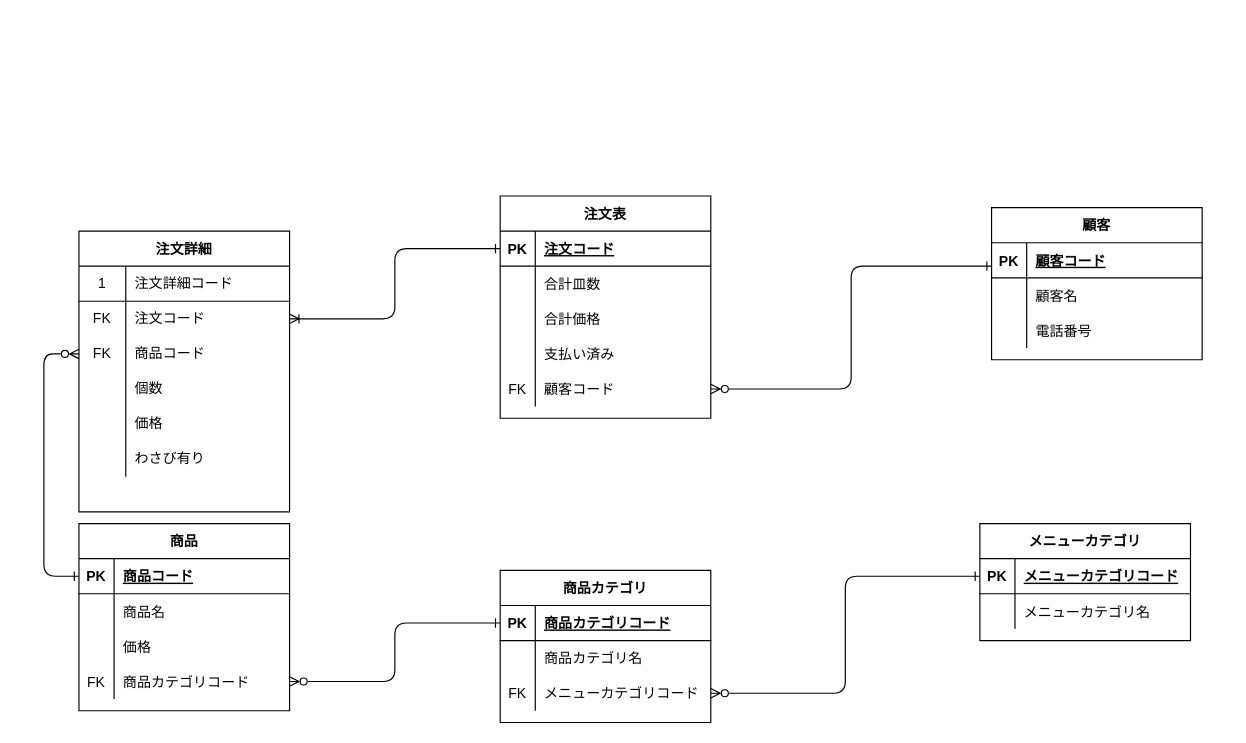
Before: データベース設計/DBモデリング１/課題1/課題1.drawio in Yuji5117/praha_challenge, a draw.io diagram. Source tidied: cells renumbered, new cells numbered last; positions are measured from the earlier drawing's top-left corner, leaving out a move shared by most shapes. Both pictures are drawn from the tidied source at 117%, with x=0, y=0 at pixel (43, 195).
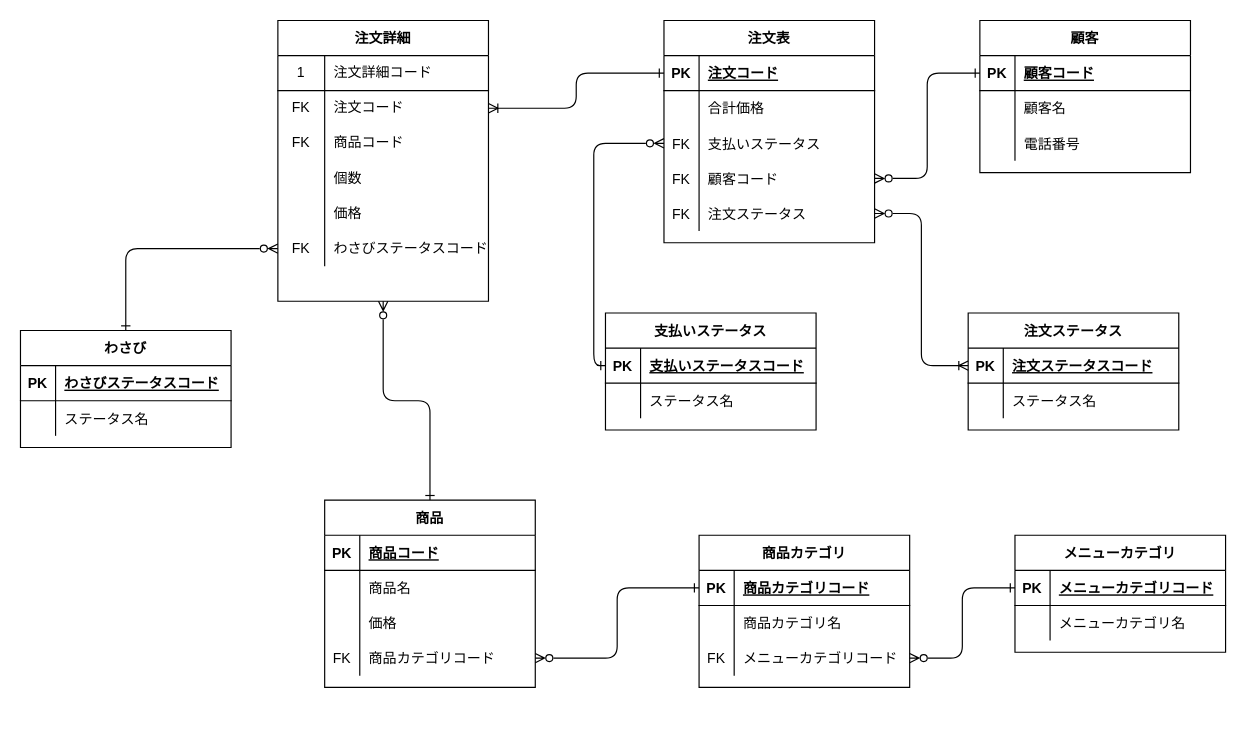
The same page after the edit.

Commit message (it also covers changes not shown here):
課題1のER図を修正

Unchanged cells that the change refers to:
```xml
<mxCell id="3" style="shape=partialRectangle;fillColor=none;top=0;left=0;bottom=1;right=0;points=[[0,0.5],[1,0.5]];portConstraint=eastwest;" parent="2" vertex="1">
  <mxGeometry y="30" width="180" height="30" as="geometry" />
</mxCell>
<mxCell id="15" style="shape=partialRectangle;fillColor=none;top=0;left=0;bottom=0;right=0;points=[[0,0.5],[1,0.5]];portConstraint=eastwest;" parent="2" vertex="1">
  <mxGeometry y="150" width="180" height="30" as="geometry" />
</mxCell>
<mxCell id="19" style="shape=partialRectangle;fillColor=none;top=0;left=0;bottom=1;right=0;points=[[0,0.5],[1,0.5]];portConstraint=eastwest;" parent="18" vertex="1">
  <mxGeometry y="30" width="180" height="30" as="geometry" />
</mxCell>
<mxCell id="28" style="shape=partialRectangle;fillColor=none;top=0;left=0;bottom=0;right=0;points=[[0,0.5],[1,0.5]];portConstraint=eastwest;" parent="18" vertex="1">
  <mxGeometry y="120" width="180" height="30" as="geometry" />
</mxCell>
<mxCell id="32" style="shape=partialRectangle;fillColor=none;top=0;left=0;bottom=1;right=0;points=[[0,0.5],[1,0.5]];portConstraint=eastwest;" parent="31" vertex="1">
  <mxGeometry y="30" width="180" height="30" as="geometry" />
</mxCell>
<mxCell id="38" style="shape=partialRectangle;fillColor=none;top=0;left=0;bottom=0;right=0;points=[[0,0.5],[1,0.5]];portConstraint=eastwest;" parent="31" vertex="1">
  <mxGeometry y="90" width="180" height="30" as="geometry" />
</mxCell>
<mxCell id="42" style="shape=partialRectangle;fillColor=none;top=0;left=0;bottom=1;right=0;points=[[0,0.5],[1,0.5]];portConstraint=eastwest;" parent="41" vertex="1">
  <mxGeometry y="30" width="180" height="30" as="geometry" />
</mxCell>
<mxCell id="50" style="shape=partialRectangle;fillColor=none;top=0;left=0;bottom=1;right=0;points=[[0,0.5],[1,0.5]];portConstraint=eastwest;" parent="49" vertex="1">
  <mxGeometry y="30" width="180" height="30" as="geometry" />
</mxCell>
<mxCell id="65" style="shape=partialRectangle;html=1;whiteSpace=wrap;fillColor=none;top=0;left=0;bottom=0;right=0;points=[[0,0.5],[1,0.5]];portConstraint=eastwest;" parent="61" vertex="1">
  <mxGeometry y="60" width="180" height="30" as="geometry" />
</mxCell>
<mxCell id="68" style="shape=partialRectangle;html=1;whiteSpace=wrap;fillColor=none;top=0;left=0;bottom=0;right=0;points=[[0,0.5],[1,0.5]];portConstraint=eastwest;" parent="61" vertex="1">
  <mxGeometry y="90" width="180" height="30" as="geometry" />
</mxCell>
<mxCell id="77" style="shape=partialRectangle;html=1;whiteSpace=wrap;fillColor=none;top=0;left=0;bottom=0;right=0;points=[[0,0.5],[1,0.5]];portConstraint=eastwest;" parent="61" vertex="1">
  <mxGeometry y="180" width="180" height="30" as="geometry" />
</mxCell>
```

The edit, as a diff of the source:
```diff
@@
     <mxCell id="2" value="注文表" style="shape=table;startSize=30;childLayout=tableLayout;rowLines=0;fontStyle=1;align=center;" parent="1" vertex="1">
-      <mxGeometry x="390" width="180" height="190" as="geometry" />
+      <mxGeometry x="530" y="-150" width="180" height="190" as="geometry" />
     </mxCell>
@@
-    <mxCell id="6" style="shape=partialRectangle;fillColor=none;top=0;left=0;bottom=0;right=0;" parent="2" vertex="1">
-      <mxGeometry y="60" width="180" height="30" as="geometry" />
-    </mxCell>
-    <mxCell id="7" style="shape=partialRectangle;fillColor=none;top=0;left=0;bottom=0;right=0;overflow=hidden;" parent="6" vertex="1">
-      <mxGeometry width="30" height="30" as="geometry" />
-    </mxCell>
-    <mxCell id="8" value="合計皿数" style="shape=partialRectangle;fillColor=none;top=0;left=0;bottom=0;right=0;align=left;spacingLeft=6;overflow=hidden;" parent="6" vertex="1">
-      <mxGeometry x="30" width="150" height="30" as="geometry" />
-    </mxCell>
     <mxCell id="9" style="shape=partialRectangle;fillColor=none;top=0;left=0;bottom=0;right=0;" parent="2" vertex="1">
-      <mxGeometry y="90" width="180" height="30" as="geometry" />
+      <mxGeometry y="60" width="180" height="30" as="geometry" />
     </mxCell>
@@
     <mxCell id="12" style="shape=partialRectangle;fillColor=none;top=0;left=0;bottom=0;right=0;points=[[0,0.5],[1,0.5]];portConstraint=eastwest;" parent="2" vertex="1">
-      <mxGeometry y="120" width="180" height="30" as="geometry" />
+      <mxGeometry y="90" width="180" height="30" as="geometry" />
     </mxCell>
-    <mxCell id="13" style="shape=partialRectangle;fillColor=none;top=0;left=0;bottom=0;right=0;overflow=hidden;" parent="12" vertex="1">
+    <mxCell id="13" value="FK" style="shape=partialRectangle;fillColor=none;top=0;left=0;bottom=0;right=0;overflow=hidden;" parent="12" vertex="1">
       <mxGeometry width="30" height="30" as="geometry" />
     </mxCell>
-    <mxCell id="14" value="支払い済み" style="shape=partialRectangle;fillColor=none;top=0;left=0;bottom=0;right=0;align=left;spacingLeft=6;overflow=hidden;" parent="12" vertex="1">
+    <mxCell id="14" value="支払いステータス" style="shape=partialRectangle;fillColor=none;top=0;left=0;bottom=0;right=0;align=left;spacingLeft=6;overflow=hidden;" parent="12" vertex="1">
       <mxGeometry x="30" width="150" height="30" as="geometry" />
     </mxCell>
+    <mxCell id="82" style="shape=partialRectangle;fillColor=none;top=0;left=0;bottom=0;right=0;points=[[0,0.5],[1,0.5]];portConstraint=eastwest;" parent="2" vertex="1">
+      <mxGeometry y="120" width="180" height="30" as="geometry" />
+    </mxCell>
+    <mxCell id="83" value="FK" style="shape=partialRectangle;fillColor=none;top=0;left=0;bottom=0;right=0;overflow=hidden;" parent="82" vertex="1">
+      <mxGeometry width="30" height="30" as="geometry" />
+    </mxCell>
+    <mxCell id="84" value="顧客コード" style="shape=partialRectangle;fillColor=none;top=0;left=0;bottom=0;right=0;align=left;spacingLeft=6;overflow=hidden;" parent="82" vertex="1">
+      <mxGeometry x="30" width="150" height="30" as="geometry" />
+    </mxCell>
@@
-    <mxCell id="17" value="顧客コード" style="shape=partialRectangle;fillColor=none;top=0;left=0;bottom=0;right=0;align=left;spacingLeft=6;overflow=hidden;" parent="15" vertex="1">
+    <mxCell id="17" value="注文ステータス" style="shape=partialRectangle;fillColor=none;top=0;left=0;bottom=0;right=0;align=left;spacingLeft=6;overflow=hidden;" parent="15" vertex="1">
       <mxGeometry x="30" width="150" height="30" as="geometry" />
     </mxCell>
+    <mxCell id="85" style="edgeStyle=orthogonalEdgeStyle;html=1;exitX=0.5;exitY=0;exitDx=0;exitDy=0;entryX=0.5;entryY=1;entryDx=0;entryDy=0;startArrow=ERone;startFill=0;endArrow=ERzeroToMany;endFill=0;" parent="1" edge="1" source="18" target="61">
+      <mxGeometry relative="1" as="geometry" />
+    </mxCell>
     <mxCell id="18" value="商品" style="shape=table;startSize=30;childLayout=tableLayout;rowLines=0;fontStyle=1;align=center;" parent="1" vertex="1">
-      <mxGeometry x="30" y="280" width="180" height="160" as="geometry" />
+      <mxGeometry x="240" y="260" width="180" height="160" as="geometry" />
     </mxCell>
@@
     <mxCell id="31" value="商品カテゴリ" style="shape=table;startSize=30;childLayout=tableLayout;rowLines=0;fontStyle=1;align=center;" parent="1" vertex="1">
-      <mxGeometry x="390" y="320" width="180" height="130" as="geometry" />
+      <mxGeometry x="560" y="290" width="180" height="130" as="geometry" />
     </mxCell>
@@
     <mxCell id="41" value="メニューカテゴリ" style="shape=table;startSize=30;childLayout=tableLayout;rowLines=0;fontStyle=1;align=center;" parent="1" vertex="1">
-      <mxGeometry x="800" y="280" width="180" height="100" as="geometry" />
+      <mxGeometry x="830" y="290" width="180" height="100" as="geometry" />
     </mxCell>
@@
-    <mxCell id="48" style="edgeStyle=orthogonalEdgeStyle;html=1;exitX=0;exitY=0.5;exitDx=0;exitDy=0;entryX=1;entryY=0.5;entryDx=0;entryDy=0;startArrow=ERone;startFill=0;endArrow=ERzeroToMany;endFill=0;" parent="1" edge="1" source="42" target="38">
-      <mxGeometry relative="1" as="geometry" />
-    </mxCell>
     <mxCell id="49" value="顧客" style="shape=table;startSize=30;childLayout=tableLayout;rowLines=0;fontStyle=1;align=center;" parent="1" vertex="1">
-      <mxGeometry x="810" y="10" width="180" height="130" as="geometry" />
+      <mxGeometry x="800" y="-150" width="180" height="130" as="geometry" />
     </mxCell>
@@
-    <mxCell id="59" style="edgeStyle=elbowEdgeStyle;html=1;exitX=1;exitY=0.5;exitDx=0;exitDy=0;startArrow=ERzeroToMany;startFill=0;endArrow=ERone;endFill=0;" parent="1" edge="1" source="15">
-      <mxGeometry relative="1" as="geometry">
-        <mxPoint x="810" y="60" as="targetPoint" />
-      </mxGeometry>
-    </mxCell>
-    <mxCell id="60" style="edgeStyle=elbowEdgeStyle;html=1;exitX=0;exitY=0.5;exitDx=0;exitDy=0;entryX=1;entryY=0.5;entryDx=0;entryDy=0;startArrow=ERone;startFill=0;endArrow=ERzeroToMany;endFill=0;" parent="1" edge="1" source="32" target="28">
-      <mxGeometry relative="1" as="geometry" />
-    </mxCell>
     <mxCell id="61" value="注文詳細" style="shape=table;startSize=30;childLayout=tableLayout;rowLines=0;fontStyle=1;align=center;" parent="1" vertex="1">
-      <mxGeometry x="30" y="30" width="180" height="240" as="geometry" />
+      <mxGeometry x="200" y="-150" width="180" height="240" as="geometry" />
     </mxCell>
@@
-    <mxCell id="78" style="shape=partialRectangle;html=1;whiteSpace=wrap;fillColor=none;top=0;left=0;bottom=0;right=0;overflow=hidden;" parent="77" vertex="1">
+    <mxCell id="78" value="FK" style="shape=partialRectangle;html=1;whiteSpace=wrap;fillColor=none;top=0;left=0;bottom=0;right=0;overflow=hidden;" parent="77" vertex="1">
       <mxGeometry width="40" height="30" as="geometry" />
     </mxCell>
-    <mxCell id="79" value="&lt;span&gt;わさび有り&lt;/span&gt;" style="shape=partialRectangle;html=1;whiteSpace=wrap;fillColor=none;top=0;left=0;bottom=0;right=0;align=left;spacingLeft=6;overflow=hidden;" parent="77" vertex="1">
+    <mxCell id="79" value="わさびステータスコード" style="shape=partialRectangle;html=1;whiteSpace=wrap;fillColor=none;top=0;left=0;bottom=0;right=0;align=left;spacingLeft=6;overflow=hidden;" parent="77" vertex="1">
       <mxGeometry x="40" width="140" height="30" as="geometry" />
     </mxCell>
-    <mxCell id="80" style="edgeStyle=orthogonalEdgeStyle;html=1;exitX=0;exitY=0.5;exitDx=0;exitDy=0;entryX=1;entryY=0.5;entryDx=0;entryDy=0;startArrow=ERone;startFill=0;endArrow=ERoneToMany;endFill=0;strokeColor=default;" parent="1" edge="1" source="3" target="65">
-      <mxGeometry relative="1" as="geometry" />
-    </mxCell>
-    <mxCell id="81" style="edgeStyle=orthogonalEdgeStyle;html=1;exitX=0;exitY=0.5;exitDx=0;exitDy=0;entryX=0;entryY=0.5;entryDx=0;entryDy=0;startArrow=ERone;startFill=0;endArrow=ERzeroToMany;endFill=0;strokeColor=default;" parent="1" edge="1" source="19" target="68">
-      <mxGeometry relative="1" as="geometry">
-        <Array as="points">
-          <mxPoint y="325" />
-          <mxPoint y="135" />
-        </Array>
-      </mxGeometry>
-    </mxCell>
+    <mxCell id="86" value="支払いステータス" style="shape=table;startSize=30;childLayout=tableLayout;rowLines=0;fontStyle=1;align=center;" parent="1" vertex="1">
+      <mxGeometry x="480" y="100" width="180" height="100" as="geometry" />
+    </mxCell>
+    <mxCell id="87" style="shape=partialRectangle;fillColor=none;top=0;left=0;bottom=1;right=0;points=[[0,0.5],[1,0.5]];portConstraint=eastwest;" parent="86" vertex="1">
+      <mxGeometry y="30" width="180" height="30" as="geometry" />
+    </mxCell>
+    <mxCell id="88" value="PK" style="shape=partialRectangle;fillColor=none;top=0;left=0;bottom=0;right=0;fontStyle=1;overflow=hidden;" parent="87" vertex="1">
+      <mxGeometry width="30" height="30" as="geometry" />
+    </mxCell>
+    <mxCell id="89" value="支払いステータスコード" style="shape=partialRectangle;fillColor=none;top=0;left=0;bottom=0;right=0;align=left;spacingLeft=6;fontStyle=5;overflow=hidden;" parent="87" vertex="1">
+      <mxGeometry x="30" width="150" height="30" as="geometry" />
+    </mxCell>
+    <mxCell id="90" style="shape=partialRectangle;fillColor=none;top=0;left=0;bottom=0;right=0;" parent="86" vertex="1">
+      <mxGeometry y="60" width="180" height="30" as="geometry" />
+    </mxCell>
+    <mxCell id="91" style="shape=partialRectangle;fillColor=none;top=0;left=0;bottom=0;right=0;overflow=hidden;" parent="90" vertex="1">
+      <mxGeometry width="30" height="30" as="geometry" />
+    </mxCell>
+    <mxCell id="92" value="ステータス名" style="shape=partialRectangle;fillColor=none;top=0;left=0;bottom=0;right=0;align=left;spacingLeft=6;overflow=hidden;" parent="90" vertex="1">
+      <mxGeometry x="30" width="150" height="30" as="geometry" />
+    </mxCell>
+    <mxCell id="48" style="edgeStyle=orthogonalEdgeStyle;html=1;exitX=0;exitY=0.5;exitDx=0;exitDy=0;entryX=1;entryY=0.5;entryDx=0;entryDy=0;startArrow=ERone;startFill=0;endArrow=ERzeroToMany;endFill=0;" parent="1" edge="1" source="42" target="38">
+      <mxGeometry relative="1" as="geometry" />
+    </mxCell>
+    <mxCell id="60" style="edgeStyle=orthogonalEdgeStyle;html=1;exitX=0;exitY=0.5;exitDx=0;exitDy=0;entryX=1;entryY=0.5;entryDx=0;entryDy=0;endArrow=ERzeroToMany;endFill=0;startArrow=ERone;startFill=0;" parent="1" edge="1" source="32" target="28">
+      <mxGeometry relative="1" as="geometry" />
+    </mxCell>
+    <mxCell id="93" style="edgeStyle=orthogonalEdgeStyle;html=1;exitX=0.5;exitY=0;exitDx=0;exitDy=0;entryX=0;entryY=0.5;entryDx=0;entryDy=0;startArrow=ERone;startFill=0;endArrow=ERzeroToMany;endFill=0;" parent="1" edge="1" source="94" target="77">
+      <mxGeometry relative="1" as="geometry" />
+    </mxCell>
+    <mxCell id="94" value="わさび" style="shape=table;startSize=30;childLayout=tableLayout;rowLines=0;fontStyle=1;align=center;" parent="1" vertex="1">
+      <mxGeometry x="-20" y="115" width="180" height="100" as="geometry" />
+    </mxCell>
+    <mxCell id="95" style="shape=partialRectangle;fillColor=none;top=0;left=0;bottom=1;right=0;" parent="94" vertex="1">
+      <mxGeometry y="30" width="180" height="30" as="geometry" />
+    </mxCell>
+    <mxCell id="96" value="PK" style="shape=partialRectangle;fillColor=none;top=0;left=0;bottom=0;right=0;fontStyle=1;overflow=hidden;" parent="95" vertex="1">
+      <mxGeometry width="30" height="30" as="geometry" />
+    </mxCell>
+    <mxCell id="97" value="わさびステータスコード" style="shape=partialRectangle;fillColor=none;top=0;left=0;bottom=0;right=0;align=left;spacingLeft=6;fontStyle=5;overflow=hidden;" parent="95" vertex="1">
+      <mxGeometry x="30" width="150" height="30" as="geometry" />
+    </mxCell>
+    <mxCell id="98" style="shape=partialRectangle;fillColor=none;top=0;left=0;bottom=0;right=0;" parent="94" vertex="1">
+      <mxGeometry y="60" width="180" height="30" as="geometry" />
+    </mxCell>
+    <mxCell id="99" style="shape=partialRectangle;fillColor=none;top=0;left=0;bottom=0;right=0;overflow=hidden;" parent="98" vertex="1">
+      <mxGeometry width="30" height="30" as="geometry" />
+    </mxCell>
+    <mxCell id="100" value="ステータス名" style="shape=partialRectangle;fillColor=none;top=0;left=0;bottom=0;right=0;align=left;spacingLeft=6;overflow=hidden;" parent="98" vertex="1">
+      <mxGeometry x="30" width="150" height="30" as="geometry" />
+    </mxCell>
+    <mxCell id="101" style="edgeStyle=orthogonalEdgeStyle;html=1;exitX=0;exitY=0.5;exitDx=0;exitDy=0;entryX=0;entryY=0.5;entryDx=0;entryDy=0;startArrow=ERzeroToMany;startFill=0;endArrow=ERone;endFill=0;" parent="1" edge="1" source="12" target="87">
+      <mxGeometry relative="1" as="geometry" />
+    </mxCell>
+    <mxCell id="102" style="edgeStyle=orthogonalEdgeStyle;html=1;exitX=1;exitY=0.5;exitDx=0;exitDy=0;entryX=0;entryY=0.5;entryDx=0;entryDy=0;startArrow=ERoneToMany;startFill=0;endArrow=ERone;endFill=0;" parent="1" edge="1" source="65" target="3">
+      <mxGeometry relative="1" as="geometry" />
+    </mxCell>
+    <mxCell id="103" style="edgeStyle=orthogonalEdgeStyle;html=1;exitX=0;exitY=0.5;exitDx=0;exitDy=0;entryX=1;entryY=0.5;entryDx=0;entryDy=0;startArrow=ERone;startFill=0;endArrow=ERzeroToMany;endFill=0;" parent="1" edge="1" source="50" target="82">
+      <mxGeometry relative="1" as="geometry" />
+    </mxCell>
+    <mxCell id="104" value="注文ステータス" style="shape=table;startSize=30;childLayout=tableLayout;rowLines=0;fontStyle=1;align=center;" parent="1" vertex="1">
+      <mxGeometry x="790" y="100" width="180" height="100" as="geometry" />
+    </mxCell>
+    <mxCell id="105" style="shape=partialRectangle;fillColor=none;top=0;left=0;bottom=1;right=0;points=[[0,0.5],[1,0.5]];portConstraint=eastwest;" parent="104" vertex="1">
+      <mxGeometry y="30" width="180" height="30" as="geometry" />
+    </mxCell>
+    <mxCell id="106" value="PK" style="shape=partialRectangle;fillColor=none;top=0;left=0;bottom=0;right=0;fontStyle=1;overflow=hidden;" parent="105" vertex="1">
+      <mxGeometry width="30" height="30" as="geometry" />
+    </mxCell>
+    <mxCell id="107" value="注文ステータスコード" style="shape=partialRectangle;fillColor=none;top=0;left=0;bottom=0;right=0;align=left;spacingLeft=6;fontStyle=5;overflow=hidden;" parent="105" vertex="1">
+      <mxGeometry x="30" width="150" height="30" as="geometry" />
+    </mxCell>
+    <mxCell id="108" style="shape=partialRectangle;fillColor=none;top=0;left=0;bottom=0;right=0;" parent="104" vertex="1">
+      <mxGeometry y="60" width="180" height="30" as="geometry" />
+    </mxCell>
+    <mxCell id="109" style="shape=partialRectangle;fillColor=none;top=0;left=0;bottom=0;right=0;overflow=hidden;" parent="108" vertex="1">
+      <mxGeometry width="30" height="30" as="geometry" />
+    </mxCell>
+    <mxCell id="110" value="ステータス名" style="shape=partialRectangle;fillColor=none;top=0;left=0;bottom=0;right=0;align=left;spacingLeft=6;overflow=hidden;" parent="108" vertex="1">
+      <mxGeometry x="30" width="150" height="30" as="geometry" />
+    </mxCell>
+    <mxCell id="111" style="edgeStyle=orthogonalEdgeStyle;html=1;exitX=0;exitY=0.5;exitDx=0;exitDy=0;entryX=1;entryY=0.5;entryDx=0;entryDy=0;startArrow=ERoneToMany;startFill=0;endArrow=ERzeroToMany;endFill=0;" parent="1" edge="1" source="105" target="15">
+      <mxGeometry relative="1" as="geometry" />
+    </mxCell>
```
